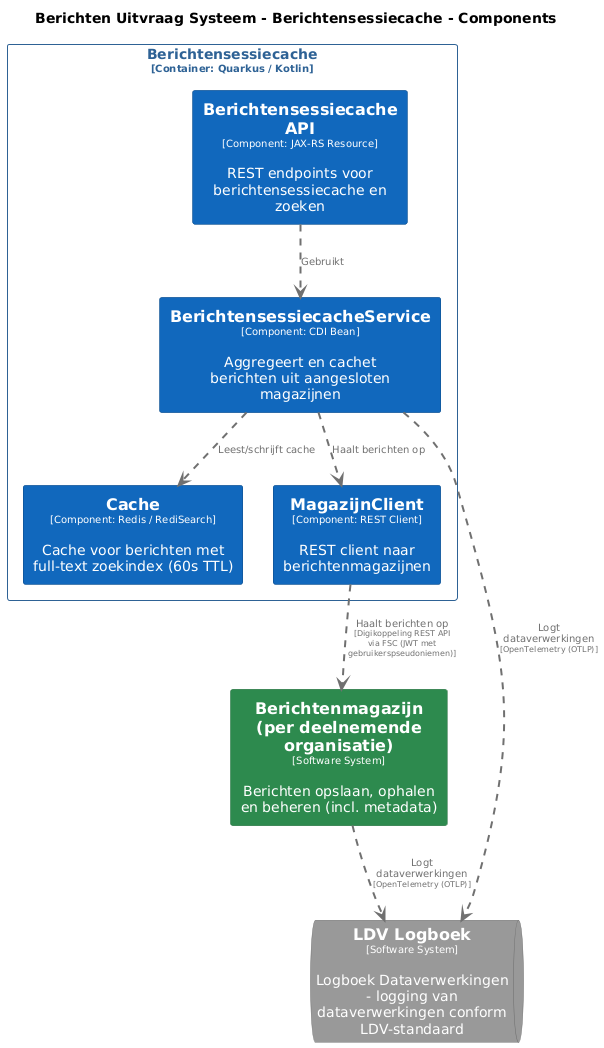
Earlier version of the PlantUML export pr-preview/pr-22/master/png/BerichtensessiecacheComponenten.png (MinBZK/moza-poc-fbs-berichtenbox).
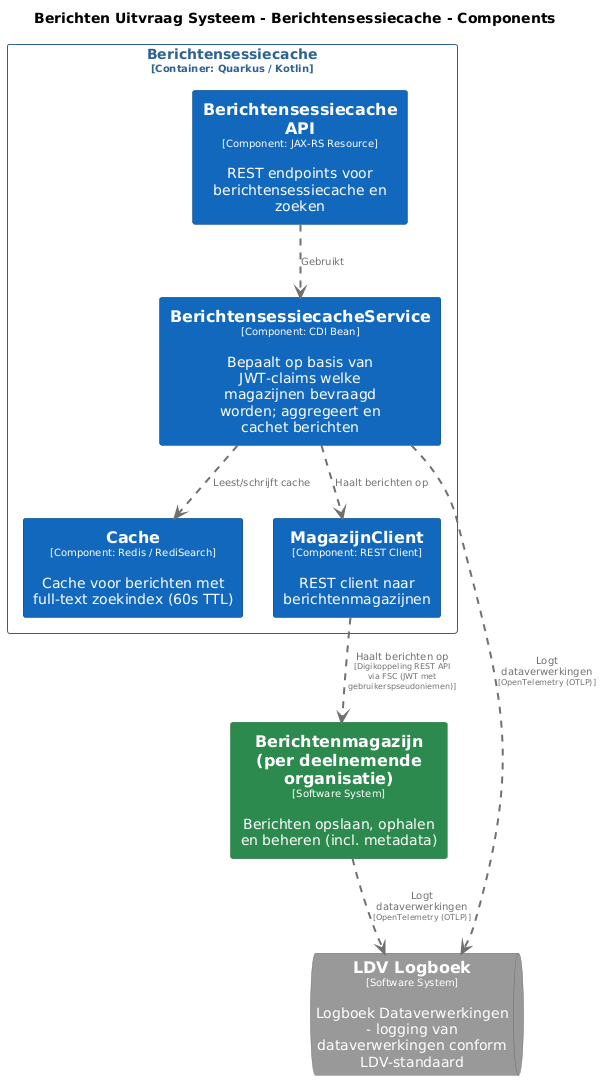
After the commit.

The edit, as a diff of the source:
```diff
@@ -62,7 +62,7 @@
 
 rectangle "Berichtensessiecache\n<size:10>[Container: Quarkus / Kotlin]</size>" <<BerichtenUitvraagSysteem.Berichtensessiecache>> {
   rectangle "==Berichtensessiecache API\n<size:10>[Component: JAX-RS Resource]</size>\n\nREST endpoints voor berichtensessiecache en zoeken" <<BerichtenUitvraagSysteem.Berichtensessiecache.BerichtensessiecacheAPI>> as BerichtenUitvraagSysteem.Berichtensessiecache.BerichtensessiecacheAPI
-  rectangle "==BerichtensessiecacheService\n<size:10>[Component: CDI Bean]</size>\n\nAggregeert en cachet berichten uit aangesloten magazijnen" <<BerichtenUitvraagSysteem.Berichtensessiecache.BerichtensessiecacheService>> as BerichtenUitvraagSysteem.Berichtensessiecache.BerichtensessiecacheService
+  rectangle "==BerichtensessiecacheService\n<size:10>[Component: CDI Bean]</size>\n\nBepaalt op basis van JWT-claims welke magazijnen bevraagd worden; aggregeert en cachet berichten" <<BerichtenUitvraagSysteem.Berichtensessiecache.BerichtensessiecacheService>> as BerichtenUitvraagSysteem.Berichtensessiecache.BerichtensessiecacheService
   rectangle "==Cache\n<size:10>[Component: Redis / RediSearch]</size>\n\nCache voor berichten met full-text zoekindex (60s TTL)" <<BerichtenUitvraagSysteem.Berichtensessiecache.Cache>> as BerichtenUitvraagSysteem.Berichtensessiecache.Cache
   rectangle "==MagazijnClient\n<size:10>[Component: REST Client]</size>\n\nREST client naar berichtenmagazijnen" <<BerichtenUitvraagSysteem.Berichtensessiecache.MagazijnClient>> as BerichtenUitvraagSysteem.Berichtensessiecache.MagazijnClient
 }
```
